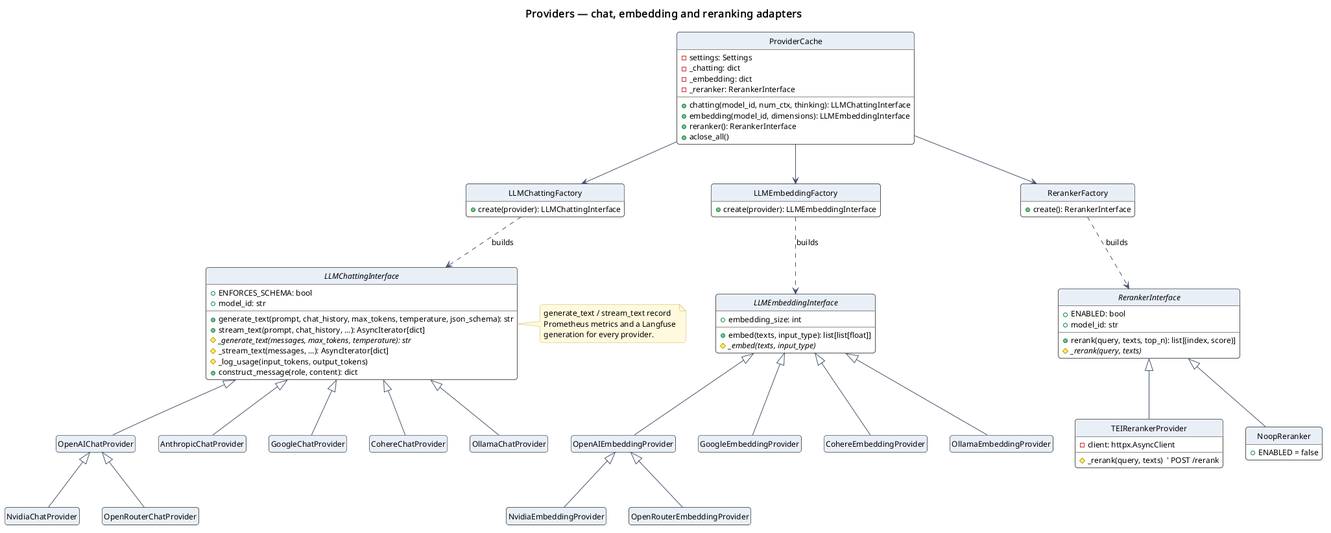
Above: software_engineering/4_class_diagrams/providers.png in omarTBakr/notebookllm-minus (PlantUML), before the change. Source of this version:
```plantuml
@startuml
!include ../_style.iuml
title Providers — chat, embedding and reranking adapters

class ProviderCache {
  -settings: Settings
  -_chatting: dict
  -_embedding: dict
  -_reranker: RerankerInterface
  +chatting(model_id, num_ctx, thinking): LLMChattingInterface
  +embedding(model_id, dimensions): LLMEmbeddingInterface
  +reranker(): RerankerInterface
  +aclose_all()
}

abstract class LLMChattingInterface {
  +ENFORCES_SCHEMA: bool
  +model_id: str
  +generate_text(prompt, chat_history, max_tokens, temperature, json_schema): str
  +stream_text(prompt, chat_history, ...): AsyncIterator[dict]
  #{abstract} _generate_text(messages, max_tokens, temperature): str
  #_stream_text(messages, ...): AsyncIterator[dict]
  #_log_usage(input_tokens, output_tokens)
  +construct_message(role, content): dict
}
note right of LLMChattingInterface
  generate_text / stream_text record
  Prometheus metrics and a Langfuse
  generation for every provider.
end note

class OpenAIChatProvider
class NvidiaChatProvider
class OpenRouterChatProvider
class AnthropicChatProvider
class GoogleChatProvider
class CohereChatProvider
class OllamaChatProvider
class LLMChattingFactory {
  +create(provider): LLMChattingInterface
}

LLMChattingInterface <|-- OpenAIChatProvider
OpenAIChatProvider <|-- NvidiaChatProvider
OpenAIChatProvider <|-- OpenRouterChatProvider
LLMChattingInterface <|-- AnthropicChatProvider
LLMChattingInterface <|-- GoogleChatProvider
LLMChattingInterface <|-- CohereChatProvider
LLMChattingInterface <|-- OllamaChatProvider
LLMChattingFactory ..> LLMChattingInterface : builds

abstract class LLMEmbeddingInterface {
  +embedding_size: int
  +embed(texts, input_type): list[list[float]]
  #{abstract} _embed(texts, input_type)
}
class OpenAIEmbeddingProvider
class NvidiaEmbeddingProvider
class OpenRouterEmbeddingProvider
class GoogleEmbeddingProvider
class CohereEmbeddingProvider
class OllamaEmbeddingProvider
class LLMEmbeddingFactory {
  +create(provider): LLMEmbeddingInterface
}
LLMEmbeddingInterface <|-- OpenAIEmbeddingProvider
OpenAIEmbeddingProvider <|-- NvidiaEmbeddingProvider
OpenAIEmbeddingProvider <|-- OpenRouterEmbeddingProvider
LLMEmbeddingInterface <|-- GoogleEmbeddingProvider
LLMEmbeddingInterface <|-- CohereEmbeddingProvider
LLMEmbeddingInterface <|-- OllamaEmbeddingProvider
LLMEmbeddingFactory ..> LLMEmbeddingInterface : builds

abstract class RerankerInterface {
  +ENABLED: bool
  +model_id: str
  +rerank(query, texts, top_n): list[(index, score)]
  #{abstract} _rerank(query, texts)
}
class TEIRerankerProvider {
  -client: httpx.AsyncClient
  #_rerank(query, texts)  ' POST /rerank
}
class NoopReranker {
  +ENABLED = false
}
class RerankerFactory {
  +create(): RerankerInterface
}
RerankerInterface <|-- TEIRerankerProvider
RerankerInterface <|-- NoopReranker
RerankerFactory ..> RerankerInterface : builds

ProviderCache --> LLMChattingFactory
ProviderCache --> LLMEmbeddingFactory
ProviderCache --> RerankerFactory
@enduml
```
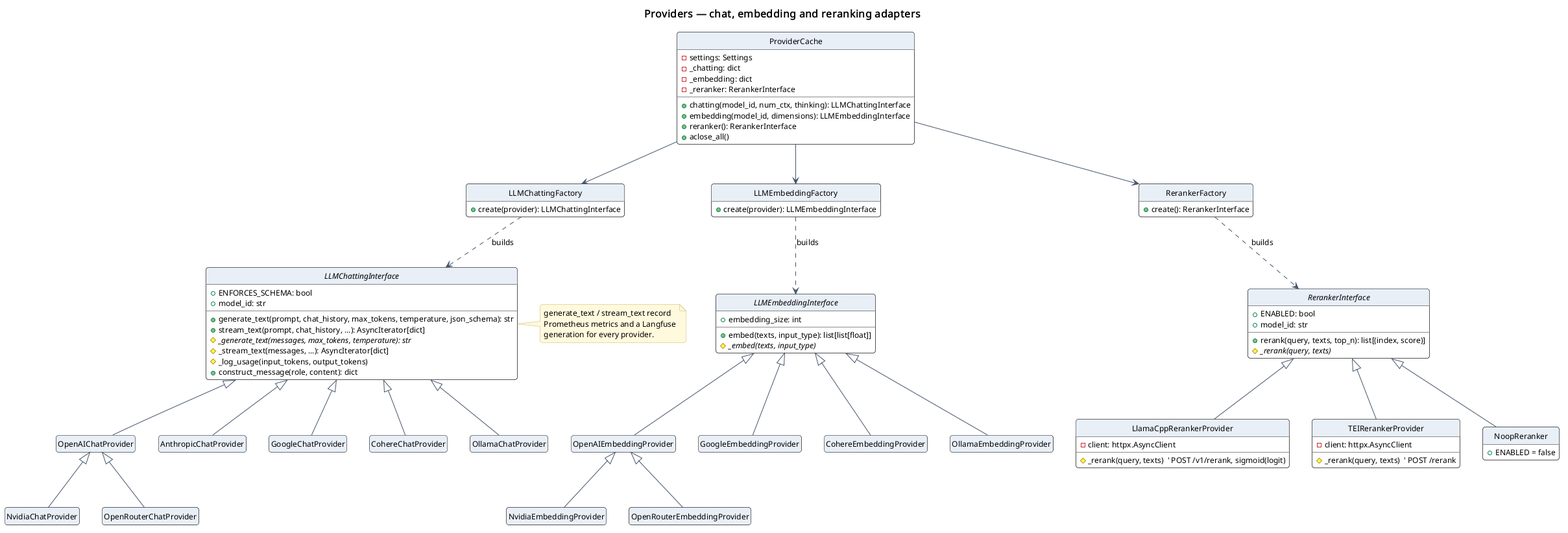
Above is the later version.

Change to the diagram source:
```diff
@@ -77,6 +77,10 @@
   +rerank(query, texts, top_n): list[(index, score)]
   #{abstract} _rerank(query, texts)
 }
+class LlamaCppRerankerProvider {
+  -client: httpx.AsyncClient
+  #_rerank(query, texts)  ' POST /v1/rerank, sigmoid(logit)
+}
 class TEIRerankerProvider {
   -client: httpx.AsyncClient
   #_rerank(query, texts)  ' POST /rerank
@@ -87,6 +91,7 @@
 class RerankerFactory {
   +create(): RerankerInterface
 }
+RerankerInterface <|-- LlamaCppRerankerProvider
 RerankerInterface <|-- TEIRerankerProvider
 RerankerInterface <|-- NoopReranker
 RerankerFactory ..> RerankerInterface : builds
```
